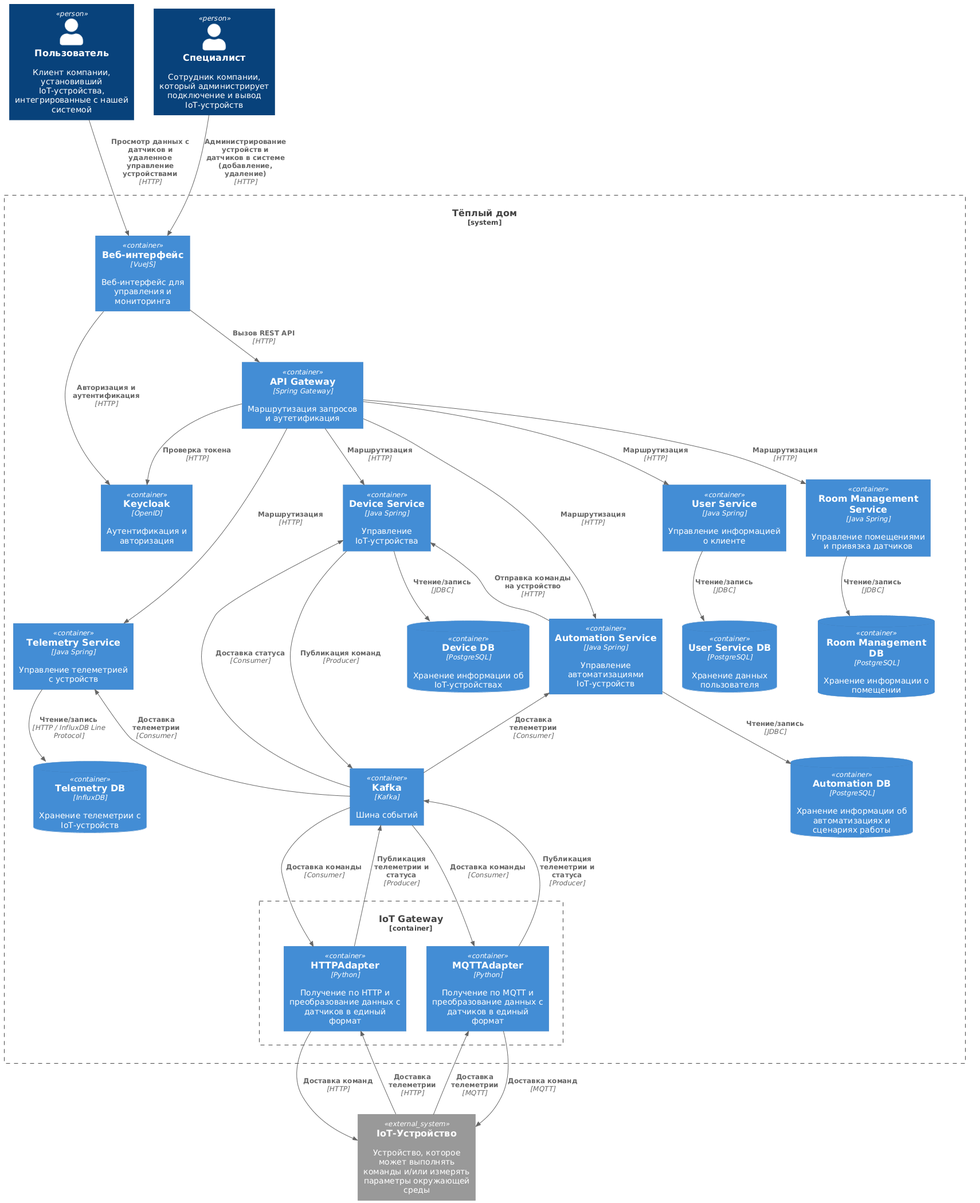
The PlantUML diagram schemas/containers/containers.png in Maksina/Yandex-Practicum---Project-1, before a commit.
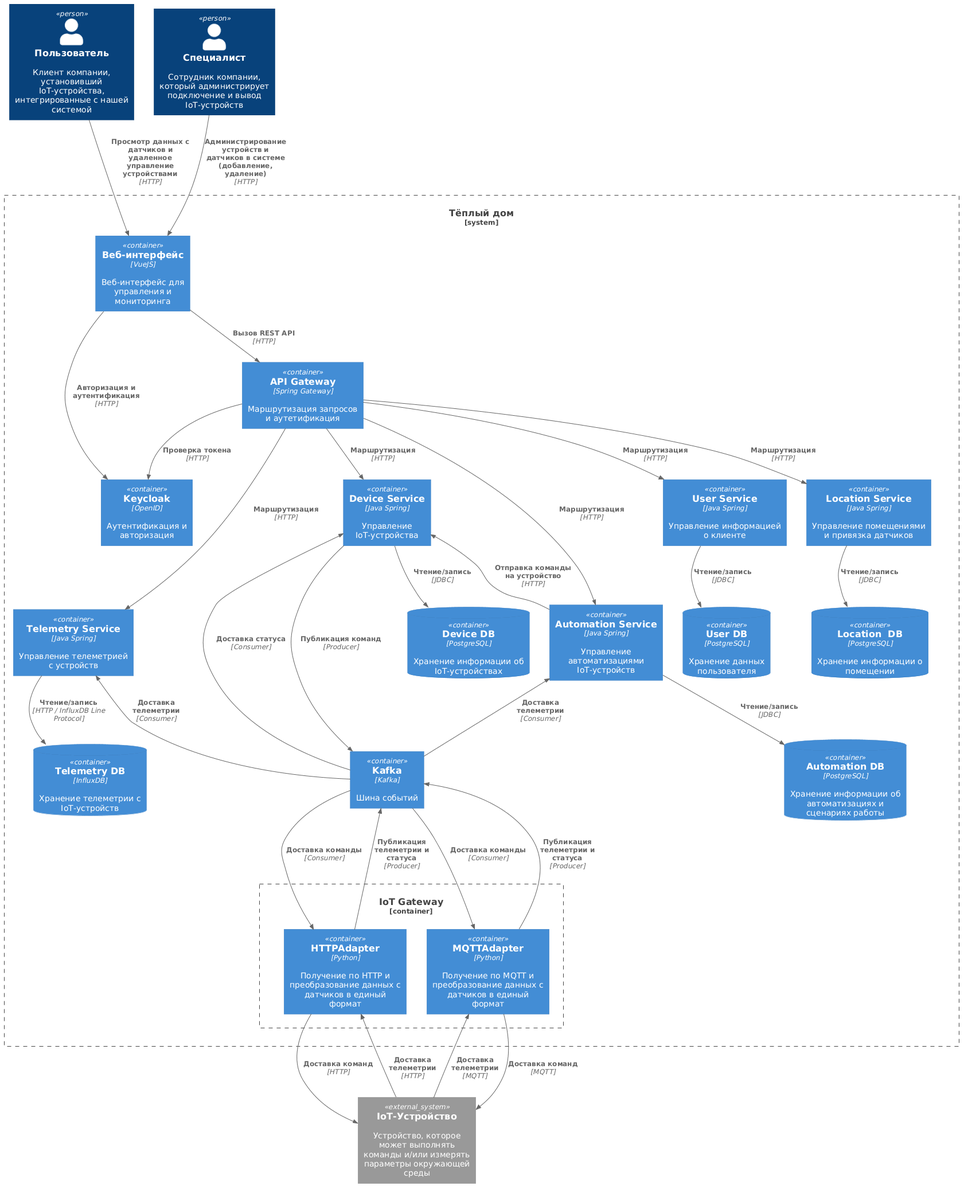
After the commit.

Change to the diagram source:
```diff
@@ -9,15 +9,15 @@
   Container(apigw, "API Gateway", "Spring Gateway", "Маршрутизация запросов и аутетификация")
   Container(keycloak, "Keycloak", "OpenID", "Аутентификация и авторизация")
   Container(userservice, "User Service", "Java Spring", "Управление информацией о клиенте")
-  Container(roommanagementservice, "Room Management Service", "Java Spring", "Управление помещениями и привязка датчиков")
+  Container(locationservice, "Location Service", "Java Spring", "Управление помещениями и привязка датчиков")
   Container(deviceservice, "Device Service", "Java Spring", "Управление IoT-устройства")
   Container(telemetryservice, "Telemetry Service", "Java Spring", "Управление телеметрией с устройств")
   Container(automationservice, "Automation Service", "Java Spring", "Управление автоматизациями IoT-устройств")
 
-  ContainerDb(roommanagementdb, "Room Management DB", "PostgreSQL", "Хранение информации о помещении")
+  ContainerDb(Locationdb, "Location  DB", "PostgreSQL", "Хранение информации о помещении")
   ContainerDb(devicedb, "Device DB", "PostgreSQL", "Хранение информации об IoT-устройствах")
   ContainerDb(telemetrydb, "Telemetry DB", "InfluxDB", "Хранение телеметрии с IoT-устройств")
-  ContainerDb(userdb, "User Service DB", "PostgreSQL", "Хранение данных пользователя")
+  ContainerDb(userdb, "User DB", "PostgreSQL", "Хранение данных пользователя")
   ContainerDb(automationdb, "Automation DB", "PostgreSQL", "Хранение информации об автоматизациях и сценариях работы")
 
   Container(kafka, "Kafka", "Kafka", "Шина событий")
@@ -37,13 +37,13 @@
 Rel(ui, keycloak, "Авторизация и аутентификация", "HTTP")
 Rel(apigw, keycloak, "Проверка токена", "HTTP")
 Rel(apigw, userservice, "Маршрутизация", "HTTP")
-Rel(apigw, roommanagementservice, "Маршрутизация", "HTTP")
+Rel(apigw, locationservice, "Маршрутизация", "HTTP")
 Rel(apigw, deviceservice, "Маршрутизация", "HTTP")
 Rel(apigw, telemetryservice, "Маршрутизация", "HTTP")
 Rel(apigw, automationservice, "Маршрутизация", "HTTP")
 
 Rel(userservice, userdb, "Чтение/запись", "JDBC")
-Rel(roommanagementservice, roommanagementdb, "Чтение/запись", "JDBC")
+Rel(locationservice, Locationdb, "Чтение/запись", "JDBC")
 Rel(deviceservice, devicedb, "Чтение/запись", "JDBC")
 Rel(telemetryservice, telemetrydb, "Чтение/запись", "HTTP / InfluxDB Line Protocol")
 Rel(automationservice, automationdb, "Чтение/запись", "JDBC")
@@ -67,21 +67,21 @@
 Rel(httpadapter, device, "Доставка команд", "HTTP")
 Rel(mqttadapter, device, "Доставка команд", "MQTT")
 
-Lay_R(userservice, roommanagementservice)
-Lay_R(roommanagementservice, deviceservice)
+Lay_R(userservice, locationservice)
+Lay_R(locationservice, deviceservice)
 Lay_R(deviceservice, telemetryservice)
 Lay_R(telemetryservice, automationservice)
 Lay_R(ui, keycloak)
 Lay_R(apigw, keycloak)
 
 Lay_D(userservice, userdb)
-Lay_D(roommanagementservice, roommanagementdb)
+Lay_D(locationservice, Locationdb)
 Lay_D(deviceservice, devicedb)
 Lay_D(telemetryservice, telemetrydb)
 Lay_D(automationservice, automationdb)
 
 Lay_D(userservice, kafka)
-Lay_D(roommanagementservice, kafka)
+Lay_D(locationservice, kafka)
 Lay_D(deviceservice, kafka)
 Lay_D(telemetryservice, kafka)
 Lay_D(automationservice, kafka)
```
